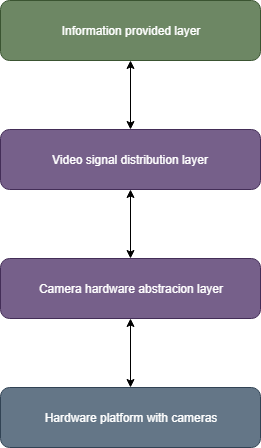
The draw.io diagram res/sw-arch-camera-service.png in rondor1/msc, before a commit. Source tidied: cells renumbered, new cells last; positions are measured from the earlier drawing's top-left corner, leaving out a move shared by most shapes.
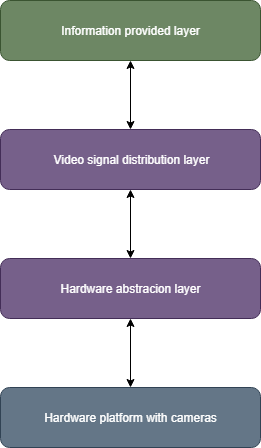
After the commit.

What changed in the source:
```diff
@@ -8,7 +8,7 @@
     <mxCell id="3" value="Video signal distribution layer" style="rounded=1;whiteSpace=wrap;html=1;fillColor=#76608a;strokeColor=#432D57;fontColor=#ffffff;" parent="1" vertex="1">
       <mxGeometry y="129" width="260" height="60" as="geometry" />
     </mxCell>
-    <mxCell id="4" value="Camera hardware abstracion layer" style="rounded=1;whiteSpace=wrap;html=1;fillColor=#76608a;strokeColor=#432D57;fontColor=#ffffff;" parent="1" vertex="1">
+    <mxCell id="4" value="Hardware abstracion layer" style="rounded=1;whiteSpace=wrap;html=1;fillColor=#76608a;strokeColor=#432D57;fontColor=#ffffff;" parent="1" vertex="1">
       <mxGeometry y="258" width="260" height="60" as="geometry" />
     </mxCell>
     <mxCell id="5" style="endArrow=classic;startArrow=classic;html=1;entryX=0.5;entryY=1;entryDx=0;entryDy=0;exitX=0.5;exitY=0;exitDx=0;exitDy=0;" parent="1" edge="1" source="4" target="3">
```
